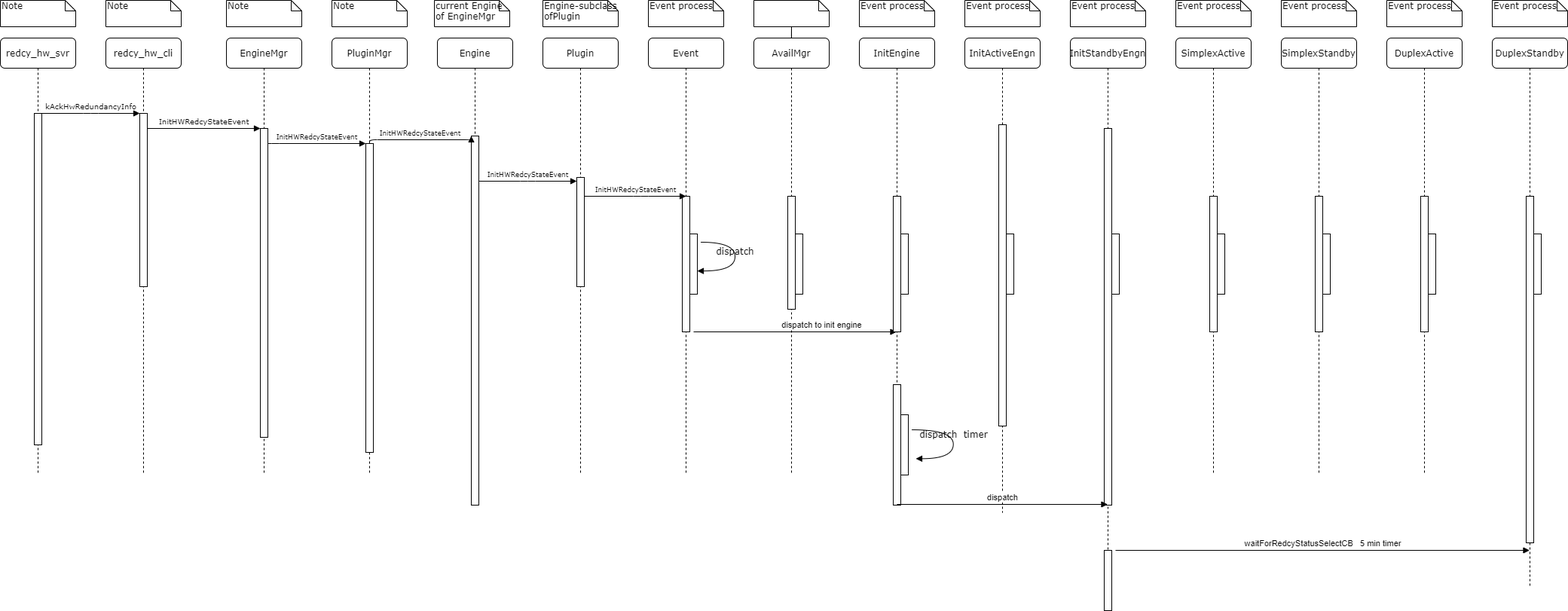
Before: UML/StartStandbyRedundancy.png, a diagram exported from draw.io (Steve888888/FN-Redundancy). Source tidied: cells renumbered, new cells last; positions are measured from the earlier drawing's top-left corner, leaving out a move shared by most shapes.
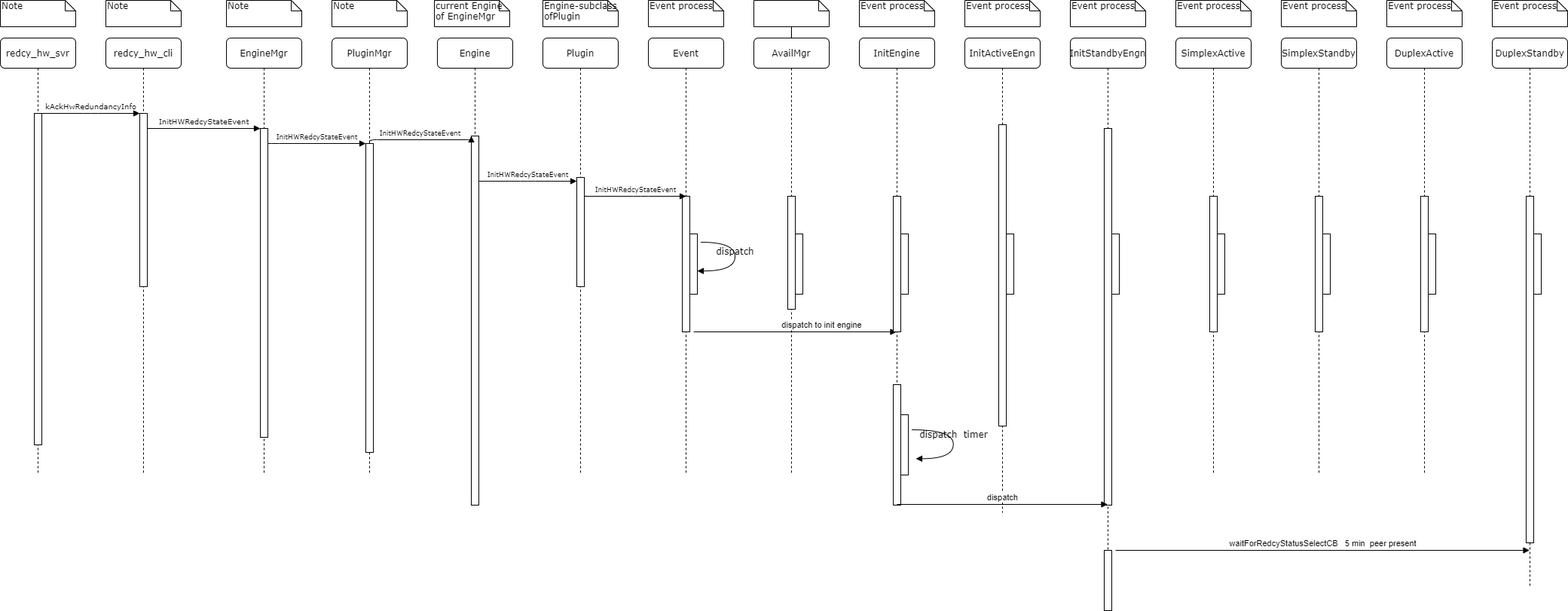
After the change.

The edit, as a diff of the source:
```diff
@@ -184,7 +184,7 @@
     <mxCell id="52" style="html=1;perimeter=orthogonalPerimeter;" parent="49" vertex="1">
       <mxGeometry x="45" y="680" width="10" height="80" as="geometry" />
     </mxCell>
-    <mxCell id="53" value="waitForRedcyStatusSelectCB&amp;nbsp; &amp;nbsp;5 min timer" style="html=1;verticalAlign=bottom;endArrow=block;" parent="49" edge="1" target="67">
+    <mxCell id="53" value="waitForRedcyStatusSelectCB&amp;nbsp; &amp;nbsp;5 min&amp;nbsp; peer present" style="html=1;verticalAlign=bottom;endArrow=block;" parent="49" edge="1" target="67">
       <mxGeometry relative="1" as="geometry">
         <mxPoint x="60" y="680" as="sourcePoint" />
       </mxGeometry>
```
